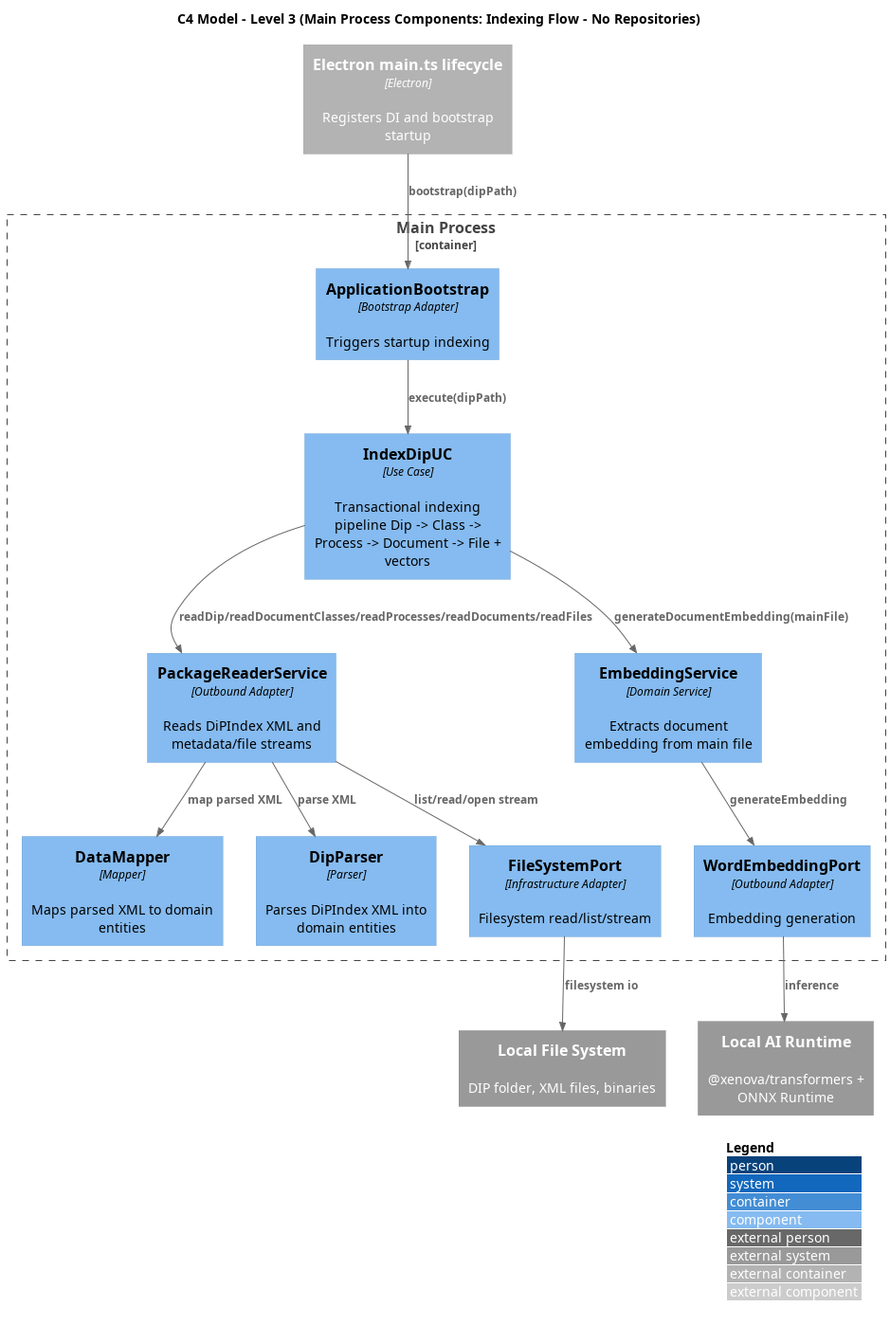
Above: out/3_PB/DocumentiEsterni/DiagrammiSpecificaTecnica/generated_/architecture/c1-c3/C3-main-indexing-flow-no-repos/C3_Main_Indexing_Flow_No_Repos.png in 7-ZPUs/Docs (PlantUML), before the change.
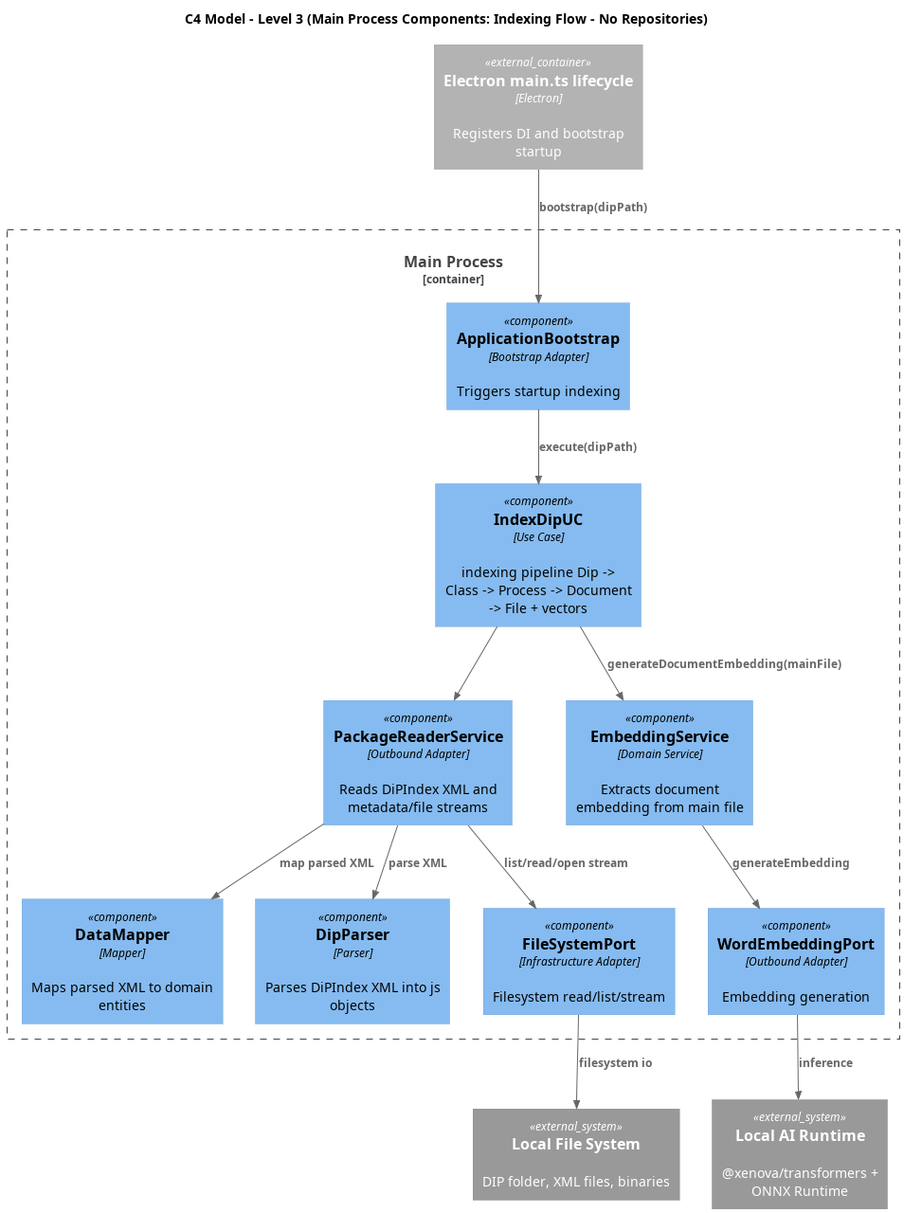
The same diagram one commit later.

The edit, as a diff of the source:
```diff
@@ -3,15 +3,15 @@
 
 title C4 Model - Level 3 (Main Process Components: Indexing Flow - No Repositories)
 
-LAYOUT_WITH_LEGEND()
+skinparam linetype straight
 
 Container_Boundary(main_container, "Main Process") {
   Component(app_bootstrap, "ApplicationBootstrap", "Bootstrap Adapter", "Triggers startup indexing")
-  Component(index_dip, "IndexDipUC", "Use Case", "Transactional indexing pipeline Dip -> Class -> Process -> Document -> File + vectors")
+  Component(index_dip, "IndexDipUC", "Use Case", "indexing pipeline Dip -> Class -> Process -> Document -> File + vectors")
 
   Component(package_reader, "PackageReaderService", "Outbound Adapter", "Reads DiPIndex XML and metadata/file streams")
   Component(data_mapper, "DataMapper", "Mapper", "Maps parsed XML to domain entities")
-  Component(dip_parser, "DipParser", "Parser", "Parses DiPIndex XML into domain entities")
+  Component(dip_parser, "DipParser", "Parser", "Parses DiPIndex XML into js objects")
   Component(file_system_provider, "FileSystemPort", "Infrastructure Adapter", "Filesystem read/list/stream")
 
   Component(chunker, "EmbeddingService", "Domain Service", "Extracts document embedding from main file")
@@ -25,7 +25,7 @@
 Rel(main_lifecycle, app_bootstrap, "bootstrap(dipPath)")
 Rel(app_bootstrap, index_dip, "execute(dipPath)")
 
-Rel(index_dip, package_reader, "readDip/readDocumentClasses/readProcesses/readDocuments/readFiles")
+Rel(index_dip, package_reader, "")
 Rel(package_reader, data_mapper, "map parsed XML")
 Rel(package_reader, dip_parser, "parse XML")
 Rel(package_reader, file_system_provider, "list/read/open stream")
```
